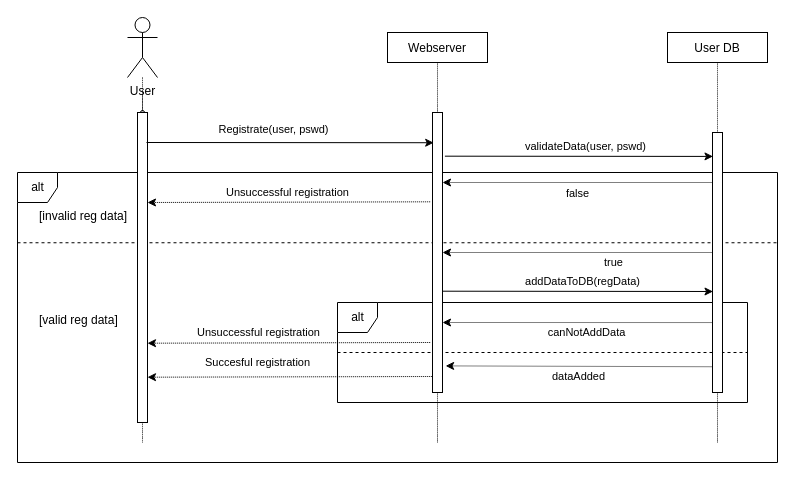
Before: page "registration" (3 of 8) of Diagrams/sequence/search.drawio in rittakos/CreaTeam-ComputerSecurity, a draw.io diagram. Source tidied: cells renumbered, new cells numbered last; positions are measured from the earlier drawing's top-left corner, leaving out a move shared by most shapes. Both pictures are drawn from the tidied source at 100%, with x=0, y=0 at pixel (17, 17).
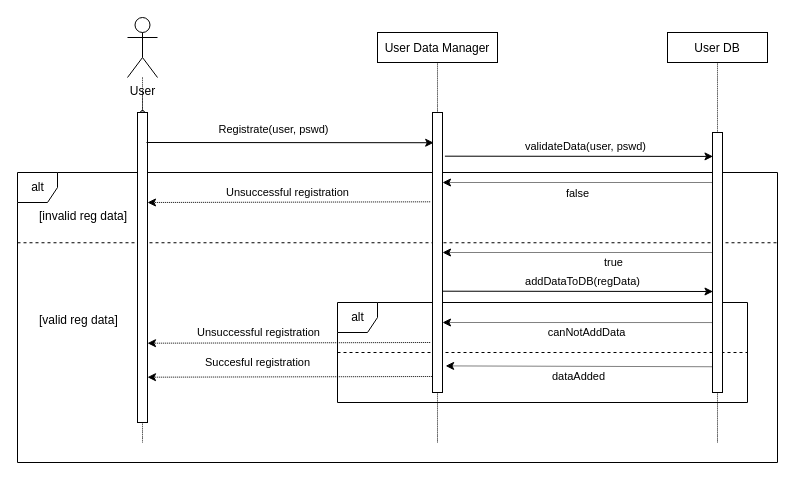
After the change.

Diff of the diagram source:
```diff
@@
-    <mxCell id="24" value="Webserver" style="rounded=0;dashed=0;" parent="1" vertex="1">
-      <mxGeometry x="370" y="15" width="100" height="30" as="geometry" />
+    <mxCell id="24" value="User Data Manager" style="rounded=0;dashed=0;" parent="1" vertex="1">
+      <mxGeometry x="360" y="15" width="120" height="30" as="geometry" />
     </mxCell>
```
